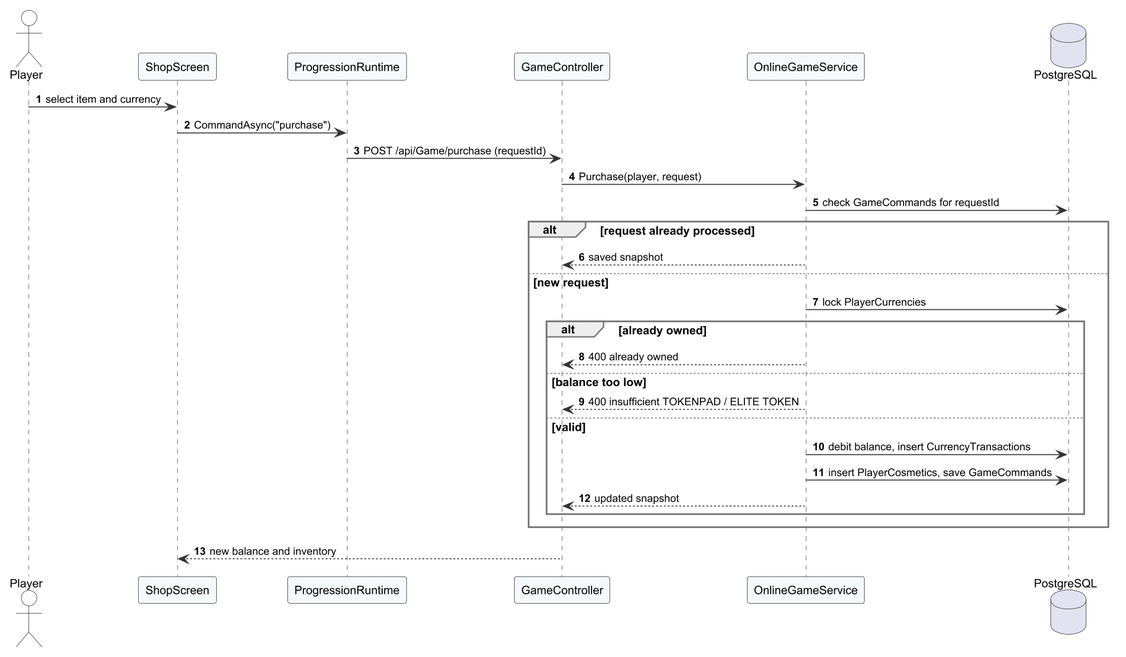
Before: Doc/Project_report/Report/diagrams/png/r4_seq_purchase.png, a diagram exported from PlantUML (Tad-Min/PickleVerse).
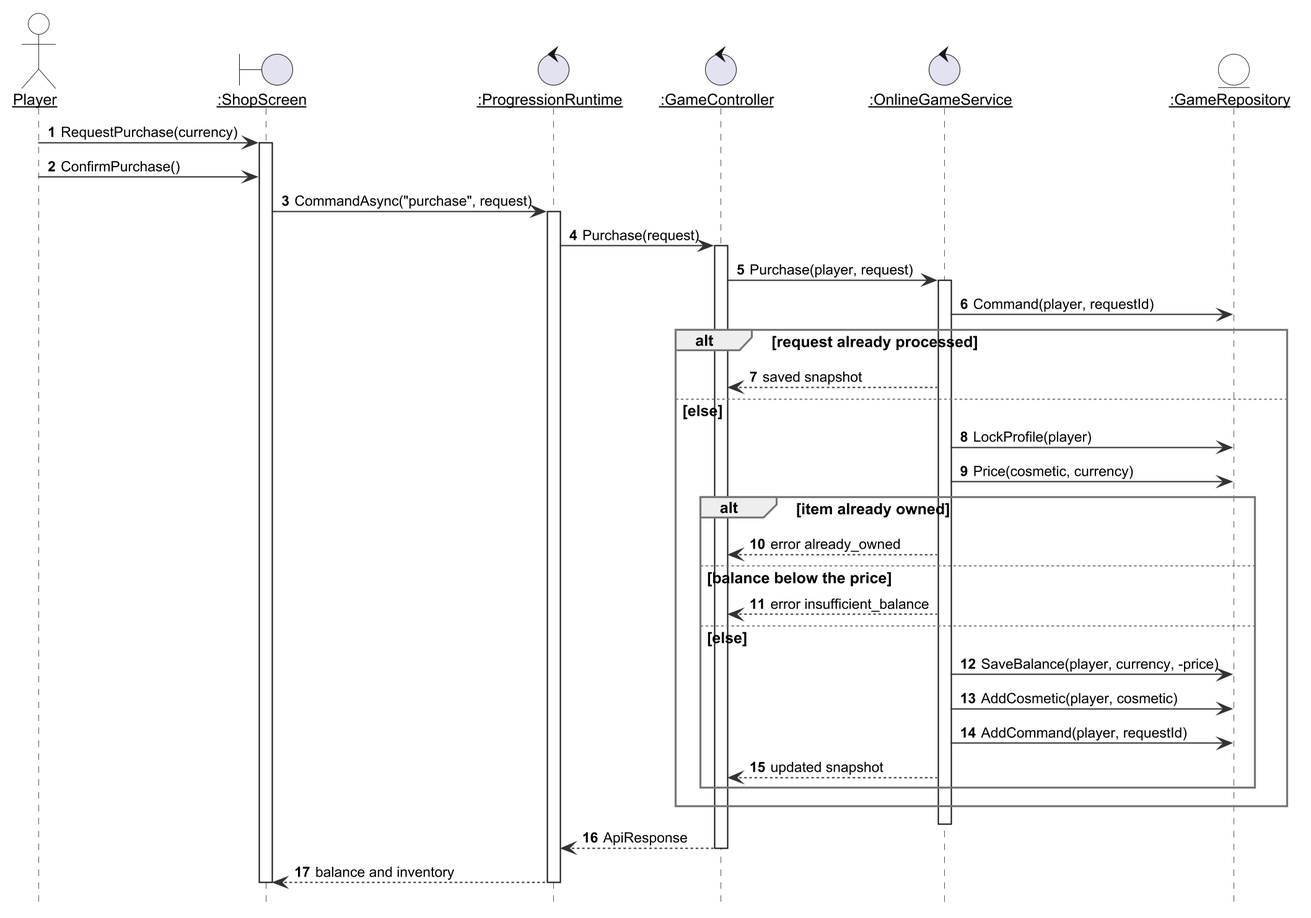
After the commit.

The edit, as a diff of the source:
```diff
@@ -2,31 +2,45 @@
 !include _style.iuml
 autonumber
 skinparam responseMessageBelowArrow true
+skinparam sequenceParticipant underline
+hide footbox
 
 actor Player
-participant "ShopScreen" as UI
-participant "ProgressionRuntime" as PR
-participant "GameController" as C
-participant "OnlineGameService" as S
-database "PostgreSQL" as DB
-Player -> UI : select item and currency
-UI -> PR : CommandAsync("purchase")
-PR -> C : POST /api/Game/purchase (requestId)
+boundary ":ShopScreen" as UI
+control ":ProgressionRuntime" as PR
+control ":GameController" as C
+control ":OnlineGameService" as S
+entity ":GameRepository" as G
+Player -> UI : RequestPurchase(currency)
+activate UI
+Player -> UI : ConfirmPurchase()
+UI -> PR : CommandAsync("purchase", request)
+activate PR
+PR -> C : Purchase(request)
+activate C
 C -> S : Purchase(player, request)
-S -> DB : check GameCommands for requestId
+activate S
+S -> G : Command(player, requestId)
 alt request already processed
   S --> C : saved snapshot
-else new request
-  S -> DB : lock PlayerCurrencies
-  alt already owned
-    S --> C : 400 already owned
-  else balance too low
-    S --> C : 400 insufficient TOKENPAD / ELITE TOKEN
-  else valid
-    S -> DB : debit balance, insert CurrencyTransactions
-    S -> DB : insert PlayerCosmetics, save GameCommands
+else else
+  S -> G : LockProfile(player)
+  S -> G : Price(cosmetic, currency)
+  alt item already owned
+    S --> C : error already_owned
+  else balance below the price
+    S --> C : error insufficient_balance
+  else else
+    S -> G : SaveBalance(player, currency, -price)
+    S -> G : AddCosmetic(player, cosmetic)
+    S -> G : AddCommand(player, requestId)
     S --> C : updated snapshot
   end
 end
-C --> UI : new balance and inventory
+deactivate S
+C --> PR : ApiResponse
+deactivate C
+PR --> UI : balance and inventory
+deactivate PR
+deactivate UI
 @enduml
```
